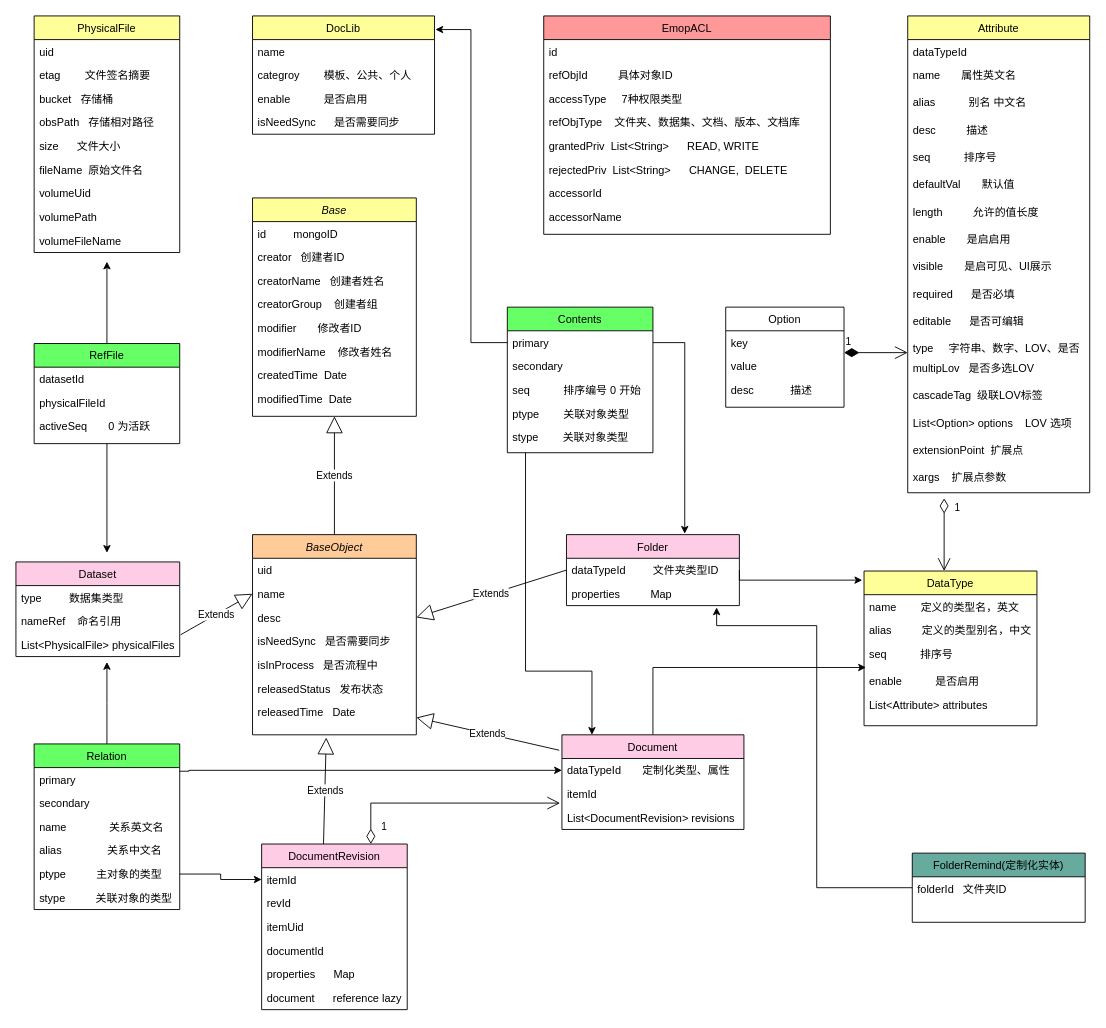
Before: doc.drawio in lvmq/emop, a draw.io diagram. Source tidied: cells renumbered, new cells numbered last; positions are measured from the earlier drawing's top-left corner, leaving out a move shared by most shapes. Both pictures are drawn from the tidied source at 91%, with x=0, y=0 at pixel (15, 15).
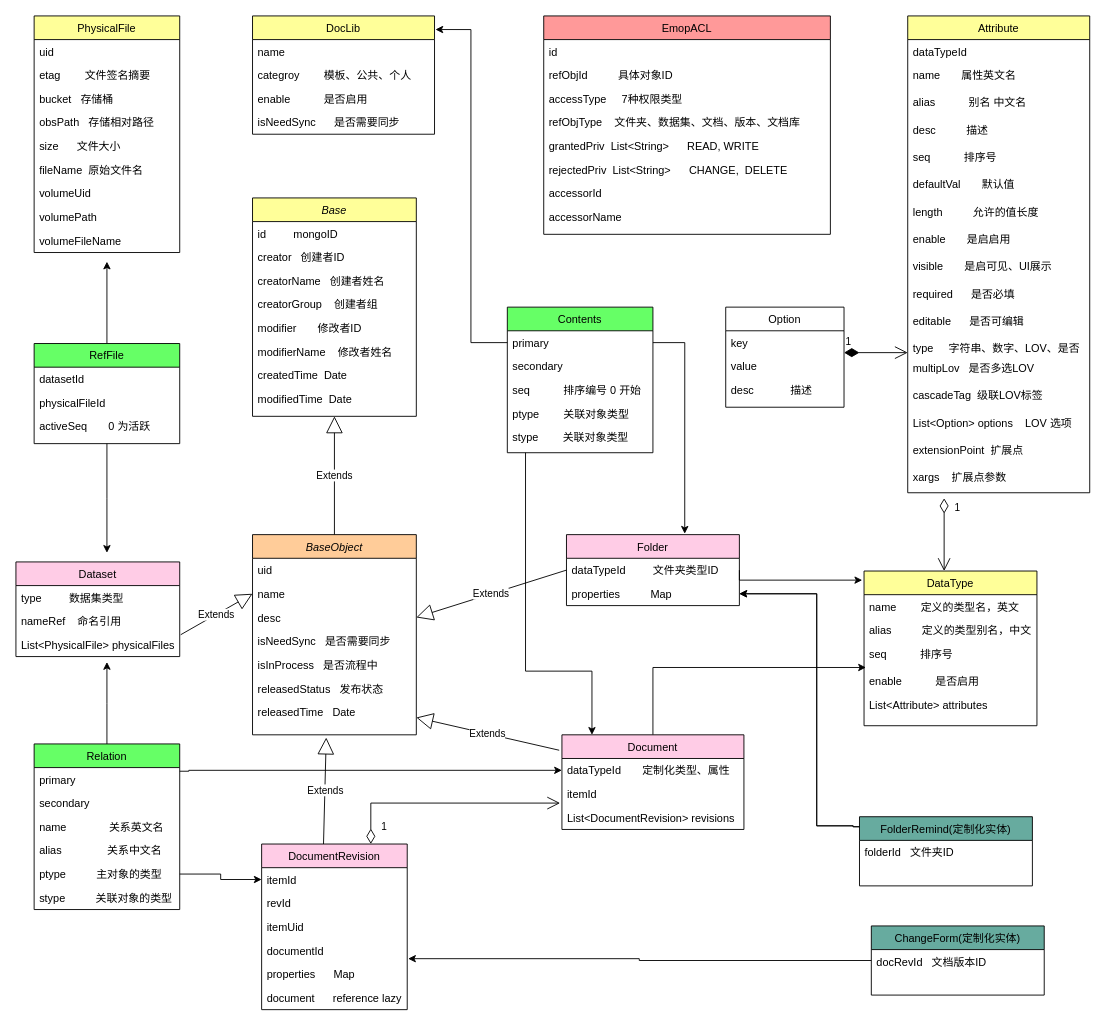
Above is the later version.

Unchanged cells that the change refers to:
```xml
<mxCell id="16" value="properties          Map" style="text;align=left;verticalAlign=top;spacingLeft=4;spacingRight=4;overflow=hidden;points=[[0,0.5],[1,0.5]];portConstraint=eastwest;" parent="14" vertex="1">
  <mxGeometry y="52" width="190" height="26" as="geometry" />
</mxCell>
<mxCell id="27" value="properties      Map" style="text;align=left;verticalAlign=top;spacingLeft=4;spacingRight=4;overflow=hidden;points=[[0,0.5],[1,0.5]];portConstraint=eastwest;" parent="22" vertex="1">
  <mxGeometry y="130" width="160" height="26" as="geometry" />
</mxCell>
```

Diff of the diagram source:
```diff
@@
-    <mxCell id="120" style="edgeStyle=orthogonalEdgeStyle;rounded=0;jettySize=auto;html=1;" parent="1" edge="1" source="121">
+    <mxCell id="120" style="edgeStyle=orthogonalEdgeStyle;rounded=0;jettySize=auto;html=1;entryX=1;entryY=0.5;entryDx=0;entryDy=0;exitX=0;exitY=0.145;exitDx=0;exitDy=0;exitPerimeter=0;" parent="1" edge="1" source="121" target="16">
       <mxGeometry relative="1" as="geometry">
-        <mxPoint x="770" y="650" as="targetPoint" />
         <Array as="points">
-          <mxPoint x="880" y="958" />
-          <mxPoint x="880" y="670" />
-          <mxPoint x="770" y="670" />
+          <mxPoint x="920" y="891" />
+          <mxPoint x="920" y="890" />
+          <mxPoint x="880" y="890" />
+          <mxPoint x="880" y="635" />
         </Array>
       </mxGeometry>
     </mxCell>
     <mxCell id="121" value="FolderRemind(定制化实体)" style="swimlane;fontStyle=0;align=center;verticalAlign=top;horizontal=1;startSize=26;rounded=0;shadow=0;strokeWidth=1;fillColor=#67AB9F;" parent="1" vertex="1">
-      <mxGeometry x="985" y="920" width="190" height="76" as="geometry" />
+      <mxGeometry x="927" y="880" width="190" height="76" as="geometry" />
     </mxCell>
@@
+    <mxCell id="127" style="edgeStyle=orthogonalEdgeStyle;rounded=0;jettySize=auto;html=1;entryX=1.006;entryY=-0.154;entryDx=0;entryDy=0;entryPerimeter=0;" parent="1" edge="1" source="128" target="27">
+      <mxGeometry relative="1" as="geometry" />
+    </mxCell>
+    <mxCell id="128" value="ChangeForm(定制化实体)" style="swimlane;fontStyle=0;align=center;verticalAlign=top;horizontal=1;startSize=26;rounded=0;shadow=0;strokeWidth=1;fillColor=#67AB9F;" parent="1" vertex="1">
+      <mxGeometry x="940" y="1000" width="190" height="76" as="geometry" />
+    </mxCell>
+    <mxCell id="129" value="docRevId   文档版本ID" style="text;align=left;verticalAlign=top;spacingLeft=4;spacingRight=4;overflow=hidden;" parent="128" vertex="1">
+      <mxGeometry y="26" width="190" height="26" as="geometry" />
+    </mxCell>
+    <mxCell id="130" style="edgeStyle=orthogonalEdgeStyle;rounded=0;jettySize=auto;html=1;entryX=1;entryY=0.5;entryDx=0;entryDy=0;exitX=0;exitY=0.145;exitDx=0;exitDy=0;exitPerimeter=0;" parent="1" edge="1" source="121" target="16">
+      <mxGeometry relative="1" as="geometry">
+        <Array as="points">
+          <mxPoint x="920" y="891" />
+          <mxPoint x="920" y="890" />
+          <mxPoint x="880" y="890" />
+          <mxPoint x="880" y="635" />
+        </Array>
+      </mxGeometry>
+    </mxCell>
```
